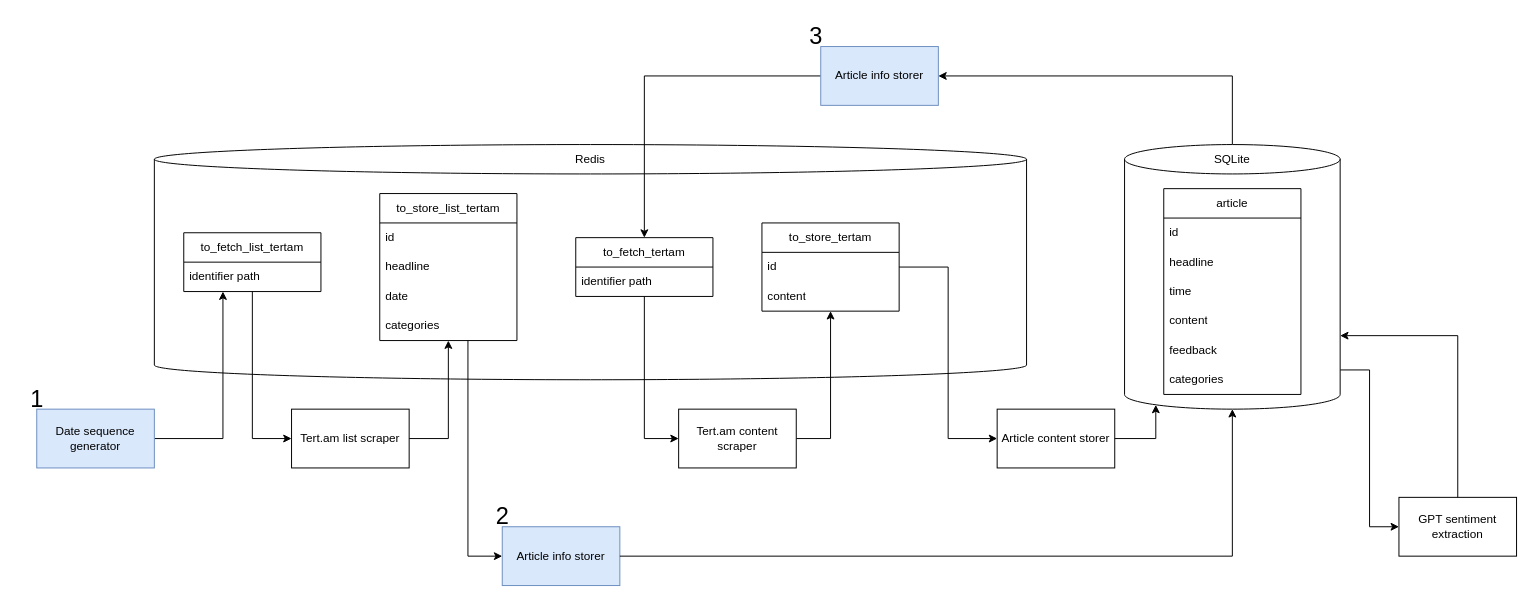
Above: flow.drawio in MovsisyanM/NewsEntityTracking (draw.io), before the change. Source tidied: cells renumbered, new cells numbered last; positions are measured from the earlier drawing's top-left corner, leaving out a move shared by most shapes. Both pictures are drawn from the tidied source at 98%, with x=0, y=0 at pixel (17, 17).
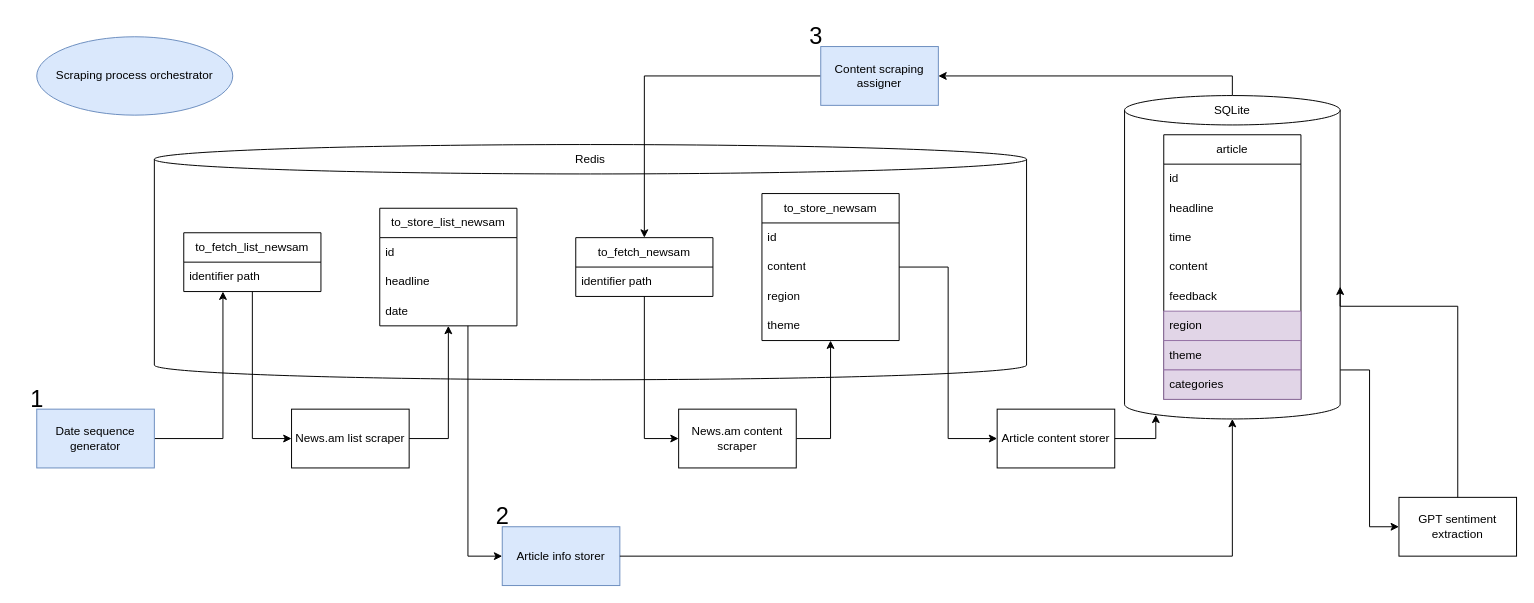
The same diagram, later.

Unchanged cells that the change refers to:
```xml
<mxCell id="3" value="Article content storer" style="rounded=0;whiteSpace=wrap;html=1;" parent="1" vertex="1">
  <mxGeometry x="1000" y="400" width="120" height="60" as="geometry" />
</mxCell>
<mxCell id="38" value="Date sequence generator" style="rounded=0;whiteSpace=wrap;html=1;fillColor=#dae8fc;strokeColor=#6c8ebf;" parent="1" vertex="1">
  <mxGeometry x="20" y="400" width="120" height="60" as="geometry" />
</mxCell>
<mxCell id="46" value="GPT sentiment extraction" style="rounded=0;whiteSpace=wrap;html=1;" parent="1" vertex="1">
  <mxGeometry x="1410" y="490" width="120" height="60" as="geometry" />
</mxCell>
```

Diff of the diagram source:
```diff
@@
-    <mxCell id="2" value="Tert.am list scraper" style="rounded=0;whiteSpace=wrap;html=1;" parent="1" vertex="1">
-      <mxGeometry x="280" y="400" width="120" height="60" as="geometry" />
-    </mxCell>
+    <mxCell id="48" value="News.am list scraper" style="rounded=0;whiteSpace=wrap;html=1;" parent="1" vertex="1">
+      <mxGeometry x="280" y="400" width="120" height="60" as="geometry" />
+    </mxCell>
@@
-    <mxCell id="4" style="shape=cylinder3;whiteSpace=wrap;html=1;boundedLbl=1;backgroundOutline=1;size=15;" parent="1" vertex="1">
-      <mxGeometry x="140" y="130" width="890" height="240" as="geometry" />
-    </mxCell>
-    <mxCell id="5" style="edgeStyle=orthogonalEdgeStyle;rounded=0;jettySize=auto;html=1;entryX=0;entryY=0.5;entryDx=0;entryDy=0;" parent="1" edge="1" source="6" target="2">
-      <mxGeometry relative="1" as="geometry" />
-    </mxCell>
-    <mxCell id="6" value="to_fetch_list_tertam" style="swimlane;fontStyle=0;horizontal=1;startSize=30;whiteSpace=wrap;html=1;" parent="1" vertex="1">
-      <mxGeometry x="170" y="220" width="140" height="60" as="geometry" />
-    </mxCell>
-    <mxCell id="7" value="identifier path" style="text;strokeColor=none;fillColor=none;align=left;verticalAlign=middle;spacingLeft=4;spacingRight=4;overflow=hidden;whiteSpace=wrap;html=1;" parent="6" vertex="1">
-      <mxGeometry y="30" width="140" height="30" as="geometry" />
-    </mxCell>
-    <mxCell id="8" style="edgeStyle=orthogonalEdgeStyle;rounded=0;jettySize=auto;html=1;entryX=0;entryY=0.5;entryDx=0;entryDy=0;" parent="1" edge="1" source="9" target="39">
-      <mxGeometry relative="1" as="geometry">
-        <Array as="points">
-          <mxPoint x="460" y="550" />
-        </Array>
-      </mxGeometry>
-    </mxCell>
-    <mxCell id="9" value="to_store_list_tertam" style="swimlane;fontStyle=0;horizontal=1;startSize=30;whiteSpace=wrap;html=1;" parent="1" vertex="1">
-      <mxGeometry x="370" y="180" width="140" height="150" as="geometry" />
-    </mxCell>
-    <mxCell id="10" value="id" style="text;strokeColor=none;fillColor=none;align=left;verticalAlign=middle;spacingLeft=4;spacingRight=4;overflow=hidden;whiteSpace=wrap;html=1;" parent="9" vertex="1">
-      <mxGeometry y="30" width="140" height="30" as="geometry" />
-    </mxCell>
-    <mxCell id="11" value="headline" style="text;strokeColor=none;fillColor=none;align=left;verticalAlign=middle;spacingLeft=4;spacingRight=4;overflow=hidden;whiteSpace=wrap;html=1;" parent="9" vertex="1">
-      <mxGeometry y="60" width="140" height="30" as="geometry" />
-    </mxCell>
+    <mxCell id="49" style="shape=cylinder3;whiteSpace=wrap;html=1;boundedLbl=1;backgroundOutline=1;size=15;" parent="1" vertex="1">
+      <mxGeometry x="140" y="130" width="890" height="240" as="geometry" />
+    </mxCell>
+    <mxCell id="50" style="edgeStyle=orthogonalEdgeStyle;rounded=0;jettySize=auto;html=1;entryX=0;entryY=0.5;entryDx=0;entryDy=0;" parent="1" edge="1" source="51" target="48">
+      <mxGeometry relative="1" as="geometry" />
+    </mxCell>
+    <mxCell id="51" value="to_fetch_list_newsam" style="swimlane;fontStyle=0;horizontal=1;startSize=30;whiteSpace=wrap;html=1;" parent="1" vertex="1">
+      <mxGeometry x="170" y="220" width="140" height="60" as="geometry" />
+    </mxCell>
+    <mxCell id="52" value="identifier path" style="text;strokeColor=none;fillColor=none;align=left;verticalAlign=middle;spacingLeft=4;spacingRight=4;overflow=hidden;whiteSpace=wrap;html=1;" parent="51" vertex="1">
+      <mxGeometry y="30" width="140" height="30" as="geometry" />
+    </mxCell>
+    <mxCell id="53" style="edgeStyle=orthogonalEdgeStyle;rounded=0;jettySize=auto;html=1;entryX=0;entryY=0.5;entryDx=0;entryDy=0;" parent="1" edge="1" source="54" target="78">
+      <mxGeometry relative="1" as="geometry">
+        <Array as="points">
+          <mxPoint x="460" y="550" />
+        </Array>
+      </mxGeometry>
+    </mxCell>
+    <mxCell id="54" value="to_store_list_newsam" style="swimlane;fontStyle=0;horizontal=1;startSize=30;whiteSpace=wrap;html=1;" parent="1" vertex="1">
+      <mxGeometry x="370" y="195" width="140" height="120" as="geometry" />
+    </mxCell>
+    <mxCell id="55" value="id" style="text;strokeColor=none;fillColor=none;align=left;verticalAlign=middle;spacingLeft=4;spacingRight=4;overflow=hidden;whiteSpace=wrap;html=1;" parent="54" vertex="1">
+      <mxGeometry y="30" width="140" height="30" as="geometry" />
+    </mxCell>
+    <mxCell id="56" value="headline" style="text;strokeColor=none;fillColor=none;align=left;verticalAlign=middle;spacingLeft=4;spacingRight=4;overflow=hidden;whiteSpace=wrap;html=1;" parent="54" vertex="1">
+      <mxGeometry y="60" width="140" height="30" as="geometry" />
+    </mxCell>
-    <mxCell id="12" value="date" style="text;strokeColor=none;fillColor=none;align=left;verticalAlign=middle;spacingLeft=4;spacingRight=4;overflow=hidden;whiteSpace=wrap;html=1;" parent="9" vertex="1">
+    <mxCell id="12" value="date" style="text;strokeColor=none;fillColor=none;align=left;verticalAlign=middle;spacingLeft=4;spacingRight=4;overflow=hidden;whiteSpace=wrap;html=1;" parent="54" vertex="1">
       <mxGeometry y="90" width="140" height="30" as="geometry" />
     </mxCell>
-    <mxCell id="13" value="categories" style="text;strokeColor=none;fillColor=none;align=left;verticalAlign=middle;spacingLeft=4;spacingRight=4;overflow=hidden;whiteSpace=wrap;html=1;" parent="9" vertex="1">
-      <mxGeometry y="120" width="140" height="30" as="geometry" />
-    </mxCell>
-    <mxCell id="14" style="edgeStyle=orthogonalEdgeStyle;rounded=0;jettySize=auto;html=1;" parent="1" edge="1" source="2" target="9">
-      <mxGeometry relative="1" as="geometry">
-        <Array as="points">
-          <mxPoint x="440" y="430" />
-        </Array>
-      </mxGeometry>
-    </mxCell>
+    <mxCell id="57" style="edgeStyle=orthogonalEdgeStyle;rounded=0;jettySize=auto;html=1;" parent="1" edge="1" source="48" target="54">
+      <mxGeometry relative="1" as="geometry">
+        <Array as="points">
+          <mxPoint x="440" y="430" />
+        </Array>
+      </mxGeometry>
+    </mxCell>
@@
-    <mxCell id="16" style="edgeStyle=orthogonalEdgeStyle;rounded=0;jettySize=auto;html=1;" parent="1" edge="1" source="17" target="22">
-      <mxGeometry relative="1" as="geometry">
-        <Array as="points">
-          <mxPoint x="830" y="430" />
-        </Array>
-      </mxGeometry>
-    </mxCell>
-    <mxCell id="17" value="Tert.am content scraper" style="rounded=0;whiteSpace=wrap;html=1;" parent="1" vertex="1">
-      <mxGeometry x="675" y="400" width="120" height="60" as="geometry" />
-    </mxCell>
-    <mxCell id="18" style="edgeStyle=orthogonalEdgeStyle;rounded=0;jettySize=auto;html=1;entryX=0;entryY=0.5;entryDx=0;entryDy=0;" parent="1" edge="1" source="19" target="17">
-      <mxGeometry relative="1" as="geometry" />
-    </mxCell>
-    <mxCell id="19" value="to_fetch_tertam" style="swimlane;fontStyle=0;horizontal=1;startSize=30;whiteSpace=wrap;html=1;" parent="1" vertex="1">
-      <mxGeometry x="570" y="225" width="140" height="60" as="geometry" />
-    </mxCell>
-    <mxCell id="20" value="identifier path" style="text;strokeColor=none;fillColor=none;align=left;verticalAlign=middle;spacingLeft=4;spacingRight=4;overflow=hidden;whiteSpace=wrap;html=1;" parent="19" vertex="1">
-      <mxGeometry y="30" width="140" height="30" as="geometry" />
-    </mxCell>
-    <mxCell id="21" style="edgeStyle=orthogonalEdgeStyle;rounded=0;jettySize=auto;html=1;entryX=0;entryY=0.5;entryDx=0;entryDy=0;" parent="1" edge="1" source="22" target="3">
-      <mxGeometry relative="1" as="geometry" />
-    </mxCell>
-    <mxCell id="22" value="to_store_tertam" style="swimlane;fontStyle=0;horizontal=1;startSize=30;whiteSpace=wrap;html=1;" parent="1" vertex="1">
-      <mxGeometry x="760" y="210" width="140" height="90" as="geometry" />
-    </mxCell>
-    <mxCell id="23" value="id" style="text;strokeColor=none;fillColor=none;align=left;verticalAlign=middle;spacingLeft=4;spacingRight=4;overflow=hidden;whiteSpace=wrap;html=1;" parent="22" vertex="1">
-      <mxGeometry y="30" width="140" height="30" as="geometry" />
-    </mxCell>
+    <mxCell id="58" style="edgeStyle=orthogonalEdgeStyle;rounded=0;jettySize=auto;html=1;" parent="1" edge="1" source="59" target="64">
+      <mxGeometry relative="1" as="geometry">
+        <Array as="points">
+          <mxPoint x="830" y="430" />
+        </Array>
+      </mxGeometry>
+    </mxCell>
+    <mxCell id="59" value="News.am content scraper" style="rounded=0;whiteSpace=wrap;html=1;" parent="1" vertex="1">
+      <mxGeometry x="675" y="400" width="120" height="60" as="geometry" />
+    </mxCell>
+    <mxCell id="60" style="edgeStyle=orthogonalEdgeStyle;rounded=0;jettySize=auto;html=1;entryX=0;entryY=0.5;entryDx=0;entryDy=0;" parent="1" edge="1" source="61" target="59">
+      <mxGeometry relative="1" as="geometry" />
+    </mxCell>
+    <mxCell id="61" value="to_fetch_newsam" style="swimlane;fontStyle=0;horizontal=1;startSize=30;whiteSpace=wrap;html=1;" parent="1" vertex="1">
+      <mxGeometry x="570" y="225" width="140" height="60" as="geometry" />
+    </mxCell>
+    <mxCell id="62" value="identifier path" style="text;strokeColor=none;fillColor=none;align=left;verticalAlign=middle;spacingLeft=4;spacingRight=4;overflow=hidden;whiteSpace=wrap;html=1;" parent="61" vertex="1">
+      <mxGeometry y="30" width="140" height="30" as="geometry" />
+    </mxCell>
+    <mxCell id="63" style="edgeStyle=orthogonalEdgeStyle;rounded=0;jettySize=auto;html=1;entryX=0;entryY=0.5;entryDx=0;entryDy=0;" parent="1" edge="1" source="64" target="3">
+      <mxGeometry relative="1" as="geometry" />
+    </mxCell>
+    <mxCell id="64" value="to_store_newsam" style="swimlane;fontStyle=0;horizontal=1;startSize=30;whiteSpace=wrap;html=1;" parent="1" vertex="1">
+      <mxGeometry x="760" y="180" width="140" height="150" as="geometry" />
+    </mxCell>
+    <mxCell id="65" value="id" style="text;strokeColor=none;fillColor=none;align=left;verticalAlign=middle;spacingLeft=4;spacingRight=4;overflow=hidden;whiteSpace=wrap;html=1;" parent="64" vertex="1">
+      <mxGeometry y="30" width="140" height="30" as="geometry" />
+    </mxCell>
-    <mxCell id="24" value="content" style="text;strokeColor=none;fillColor=none;align=left;verticalAlign=middle;spacingLeft=4;spacingRight=4;overflow=hidden;whiteSpace=wrap;html=1;" parent="22" vertex="1">
+    <mxCell id="24" value="content" style="text;strokeColor=none;fillColor=none;align=left;verticalAlign=middle;spacingLeft=4;spacingRight=4;overflow=hidden;whiteSpace=wrap;html=1;" parent="64" vertex="1">
       <mxGeometry y="60" width="140" height="30" as="geometry" />
     </mxCell>
-    <mxCell id="25" style="edgeStyle=orthogonalEdgeStyle;rounded=0;jettySize=auto;html=1;entryX=1;entryY=0.5;entryDx=0;entryDy=0;" parent="1" edge="1" source="27" target="42">
-      <mxGeometry relative="1" as="geometry">
-        <Array as="points">
-          <mxPoint x="1240" y="60" />
-        </Array>
-      </mxGeometry>
-    </mxCell>
-    <mxCell id="26" style="edgeStyle=orthogonalEdgeStyle;rounded=0;jettySize=auto;html=1;entryX=0;entryY=0.5;entryDx=0;entryDy=0;" parent="1" edge="1" source="27" target="46">
-      <mxGeometry relative="1" as="geometry">
-        <Array as="points">
-          <mxPoint x="1380" y="360" />
-          <mxPoint x="1380" y="520" />
-        </Array>
-      </mxGeometry>
-    </mxCell>
-    <mxCell id="27" style="shape=cylinder3;whiteSpace=wrap;html=1;boundedLbl=1;backgroundOutline=1;size=15;" parent="1" vertex="1">
-      <mxGeometry x="1130" y="130" width="220" height="270" as="geometry" />
-    </mxCell>
+    <mxCell id="66" value="region" style="text;strokeColor=none;fillColor=none;align=left;verticalAlign=middle;spacingLeft=4;spacingRight=4;overflow=hidden;whiteSpace=wrap;html=1;" parent="64" vertex="1">
+      <mxGeometry y="90" width="140" height="30" as="geometry" />
+    </mxCell>
+    <mxCell id="67" value="theme" style="text;strokeColor=none;fillColor=none;align=left;verticalAlign=middle;spacingLeft=4;spacingRight=4;overflow=hidden;whiteSpace=wrap;html=1;" parent="64" vertex="1">
+      <mxGeometry y="120" width="140" height="30" as="geometry" />
+    </mxCell>
+    <mxCell id="68" style="edgeStyle=orthogonalEdgeStyle;rounded=0;jettySize=auto;html=1;entryX=1;entryY=0.5;entryDx=0;entryDy=0;" parent="1" edge="1" source="70" target="81">
+      <mxGeometry relative="1" as="geometry">
+        <Array as="points">
+          <mxPoint x="1240" y="60" />
+        </Array>
+      </mxGeometry>
+    </mxCell>
+    <mxCell id="69" style="edgeStyle=orthogonalEdgeStyle;rounded=0;jettySize=auto;html=1;entryX=0;entryY=0.5;entryDx=0;entryDy=0;" parent="1" edge="1" source="70" target="46">
+      <mxGeometry relative="1" as="geometry">
+        <Array as="points">
+          <mxPoint x="1380" y="360" />
+          <mxPoint x="1380" y="520" />
+        </Array>
+      </mxGeometry>
+    </mxCell>
+    <mxCell id="70" style="shape=cylinder3;whiteSpace=wrap;html=1;boundedLbl=1;backgroundOutline=1;size=15;" parent="1" vertex="1">
+      <mxGeometry x="1130" y="80" width="220" height="330" as="geometry" />
+    </mxCell>
     <mxCell id="28" value="SQLite" style="text;html=1;strokeColor=none;fillColor=none;align=center;verticalAlign=middle;whiteSpace=wrap;rounded=0;" parent="1" vertex="1">
-      <mxGeometry x="1210" y="130" width="60" height="30" as="geometry" />
+      <mxGeometry x="1210" y="80" width="60" height="30" as="geometry" />
     </mxCell>
-    <mxCell id="29" style="edgeStyle=orthogonalEdgeStyle;rounded=0;jettySize=auto;html=1;entryX=0.145;entryY=1;entryDx=0;entryDy=-4.35;entryPerimeter=0;" parent="1" edge="1" source="3" target="27">
-      <mxGeometry relative="1" as="geometry">
-        <Array as="points">
-          <mxPoint x="1162" y="430" />
-        </Array>
-      </mxGeometry>
-    </mxCell>
+    <mxCell id="71" style="edgeStyle=orthogonalEdgeStyle;rounded=0;jettySize=auto;html=1;entryX=0.145;entryY=1;entryDx=0;entryDy=-4.35;entryPerimeter=0;" parent="1" edge="1" source="3" target="70">
+      <mxGeometry relative="1" as="geometry">
+        <Array as="points">
+          <mxPoint x="1162" y="430" />
+        </Array>
+      </mxGeometry>
+    </mxCell>
     <mxCell id="30" value="article" style="swimlane;fontStyle=0;horizontal=1;startSize=30;whiteSpace=wrap;html=1;" parent="1" vertex="1">
-      <mxGeometry x="1170" y="175" width="140" height="210" as="geometry" />
+      <mxGeometry x="1170" y="120" width="140" height="270" as="geometry" />
     </mxCell>
-    <mxCell id="31" value="id" style="text;strokeColor=none;fillColor=none;align=left;verticalAlign=middle;spacingLeft=4;spacingRight=4;overflow=hidden;whiteSpace=wrap;html=1;" parent="30" vertex="1">
-      <mxGeometry y="30" width="140" height="30" as="geometry" />
-    </mxCell>
-    <mxCell id="32" value="headline" style="text;strokeColor=none;fillColor=none;align=left;verticalAlign=middle;spacingLeft=4;spacingRight=4;overflow=hidden;whiteSpace=wrap;html=1;" parent="30" vertex="1">
-      <mxGeometry y="60" width="140" height="30" as="geometry" />
-    </mxCell>
+    <mxCell id="72" value="id" style="text;strokeColor=none;fillColor=none;align=left;verticalAlign=middle;spacingLeft=4;spacingRight=4;overflow=hidden;whiteSpace=wrap;html=1;" parent="30" vertex="1">
+      <mxGeometry y="30" width="140" height="30" as="geometry" />
+    </mxCell>
+    <mxCell id="73" value="headline" style="text;strokeColor=none;fillColor=none;align=left;verticalAlign=middle;spacingLeft=4;spacingRight=4;overflow=hidden;whiteSpace=wrap;html=1;" parent="30" vertex="1">
+      <mxGeometry y="60" width="140" height="30" as="geometry" />
+    </mxCell>
@@
-    <mxCell id="36" value="categories" style="text;strokeColor=none;fillColor=none;align=left;verticalAlign=middle;spacingLeft=4;spacingRight=4;overflow=hidden;whiteSpace=wrap;html=1;" parent="30" vertex="1">
-      <mxGeometry y="180" width="140" height="30" as="geometry" />
-    </mxCell>
-    <mxCell id="37" style="edgeStyle=orthogonalEdgeStyle;rounded=0;jettySize=auto;html=1;" parent="1" edge="1" source="38" target="6">
-      <mxGeometry relative="1" as="geometry">
-        <Array as="points">
-          <mxPoint x="210" y="430" />
-        </Array>
-      </mxGeometry>
-    </mxCell>
+    <mxCell id="74" value="region" style="text;strokeColor=#9673a6;fillColor=#e1d5e7;align=left;verticalAlign=middle;spacingLeft=4;spacingRight=4;overflow=hidden;whiteSpace=wrap;html=1;glass=0;" parent="30" vertex="1">
+      <mxGeometry y="180" width="140" height="30" as="geometry" />
+    </mxCell>
+    <mxCell id="75" value="theme" style="text;strokeColor=#9673a6;fillColor=#e1d5e7;align=left;verticalAlign=middle;spacingLeft=4;spacingRight=4;overflow=hidden;whiteSpace=wrap;html=1;glass=0;" parent="30" vertex="1">
+      <mxGeometry y="210" width="140" height="30" as="geometry" />
+    </mxCell>
+    <mxCell id="76" value="categories" style="text;strokeColor=#9673a6;fillColor=#e1d5e7;align=left;verticalAlign=middle;spacingLeft=4;spacingRight=4;overflow=hidden;whiteSpace=wrap;html=1;glass=0;" parent="30" vertex="1">
+      <mxGeometry y="240" width="140" height="30" as="geometry" />
+    </mxCell>
+    <mxCell id="77" style="edgeStyle=orthogonalEdgeStyle;rounded=0;jettySize=auto;html=1;" parent="1" edge="1" source="38" target="51">
+      <mxGeometry relative="1" as="geometry">
+        <Array as="points">
+          <mxPoint x="210" y="430" />
+        </Array>
+      </mxGeometry>
+    </mxCell>
@@
-    <mxCell id="39" value="Article info storer" style="rounded=0;whiteSpace=wrap;html=1;fillColor=#dae8fc;strokeColor=#6c8ebf;" parent="1" vertex="1">
-      <mxGeometry x="495" y="520" width="120" height="60" as="geometry" />
-    </mxCell>
-    <mxCell id="40" style="edgeStyle=orthogonalEdgeStyle;rounded=0;jettySize=auto;html=1;entryX=0.5;entryY=1;entryDx=0;entryDy=0;entryPerimeter=0;" parent="1" edge="1" source="39" target="27">
-      <mxGeometry relative="1" as="geometry" />
-    </mxCell>
-    <mxCell id="41" style="edgeStyle=orthogonalEdgeStyle;rounded=0;jettySize=auto;html=1;entryX=0.5;entryY=0;entryDx=0;entryDy=0;" parent="1" edge="1" source="42" target="19">
-      <mxGeometry relative="1" as="geometry" />
-    </mxCell>
-    <mxCell id="42" value="Article info storer" style="rounded=0;whiteSpace=wrap;html=1;fillColor=#dae8fc;strokeColor=#6c8ebf;" parent="1" vertex="1">
-      <mxGeometry x="820" y="30" width="120" height="60" as="geometry" />
-    </mxCell>
+    <mxCell id="78" value="Article info storer" style="rounded=0;whiteSpace=wrap;html=1;fillColor=#dae8fc;strokeColor=#6c8ebf;" parent="1" vertex="1">
+      <mxGeometry x="495" y="520" width="120" height="60" as="geometry" />
+    </mxCell>
+    <mxCell id="79" style="edgeStyle=orthogonalEdgeStyle;rounded=0;jettySize=auto;html=1;entryX=0.5;entryY=1;entryDx=0;entryDy=0;entryPerimeter=0;" parent="1" edge="1" source="78" target="70">
+      <mxGeometry relative="1" as="geometry" />
+    </mxCell>
+    <mxCell id="80" style="edgeStyle=orthogonalEdgeStyle;rounded=0;jettySize=auto;html=1;entryX=0.5;entryY=0;entryDx=0;entryDy=0;" parent="1" edge="1" source="81" target="61">
+      <mxGeometry relative="1" as="geometry" />
+    </mxCell>
+    <mxCell id="81" value="Content scraping assigner" style="rounded=0;whiteSpace=wrap;html=1;fillColor=#dae8fc;strokeColor=#6c8ebf;" parent="1" vertex="1">
+      <mxGeometry x="820" y="30" width="120" height="60" as="geometry" />
+    </mxCell>
@@
-    <mxCell id="47" style="edgeStyle=orthogonalEdgeStyle;rounded=0;jettySize=auto;html=1;entryX=1;entryY=0;entryDx=0;entryDy=195;entryPerimeter=0;" parent="1" edge="1" source="46" target="27">
-      <mxGeometry relative="1" as="geometry">
-        <Array as="points">
-          <mxPoint x="1470" y="325" />
-        </Array>
-      </mxGeometry>
-    </mxCell>
+    <mxCell id="82" style="edgeStyle=orthogonalEdgeStyle;rounded=0;jettySize=auto;html=1;entryX=1;entryY=0;entryDx=0;entryDy=195;entryPerimeter=0;" parent="1" edge="1" source="46" target="70">
+      <mxGeometry relative="1" as="geometry">
+        <Array as="points">
+          <mxPoint x="1470" y="295" />
+        </Array>
+      </mxGeometry>
+    </mxCell>
+    <mxCell id="83" value="Scraping process orchestrator" style="ellipse;whiteSpace=wrap;html=1;align=center;newEdgeStyle={&quot;edgeStyle&quot;:&quot;entityRelationEdgeStyle&quot;,&quot;startArrow&quot;:&quot;none&quot;,&quot;endArrow&quot;:&quot;none&quot;,&quot;segment&quot;:10,&quot;curved&quot;:1,&quot;sourcePerimeterSpacing&quot;:0,&quot;targetPerimeterSpacing&quot;:0};fillColor=#dae8fc;strokeColor=#6c8ebf;" parent="1" vertex="1">
+      <mxGeometry x="20" y="20" width="200" height="80" as="geometry" />
+    </mxCell>
```
